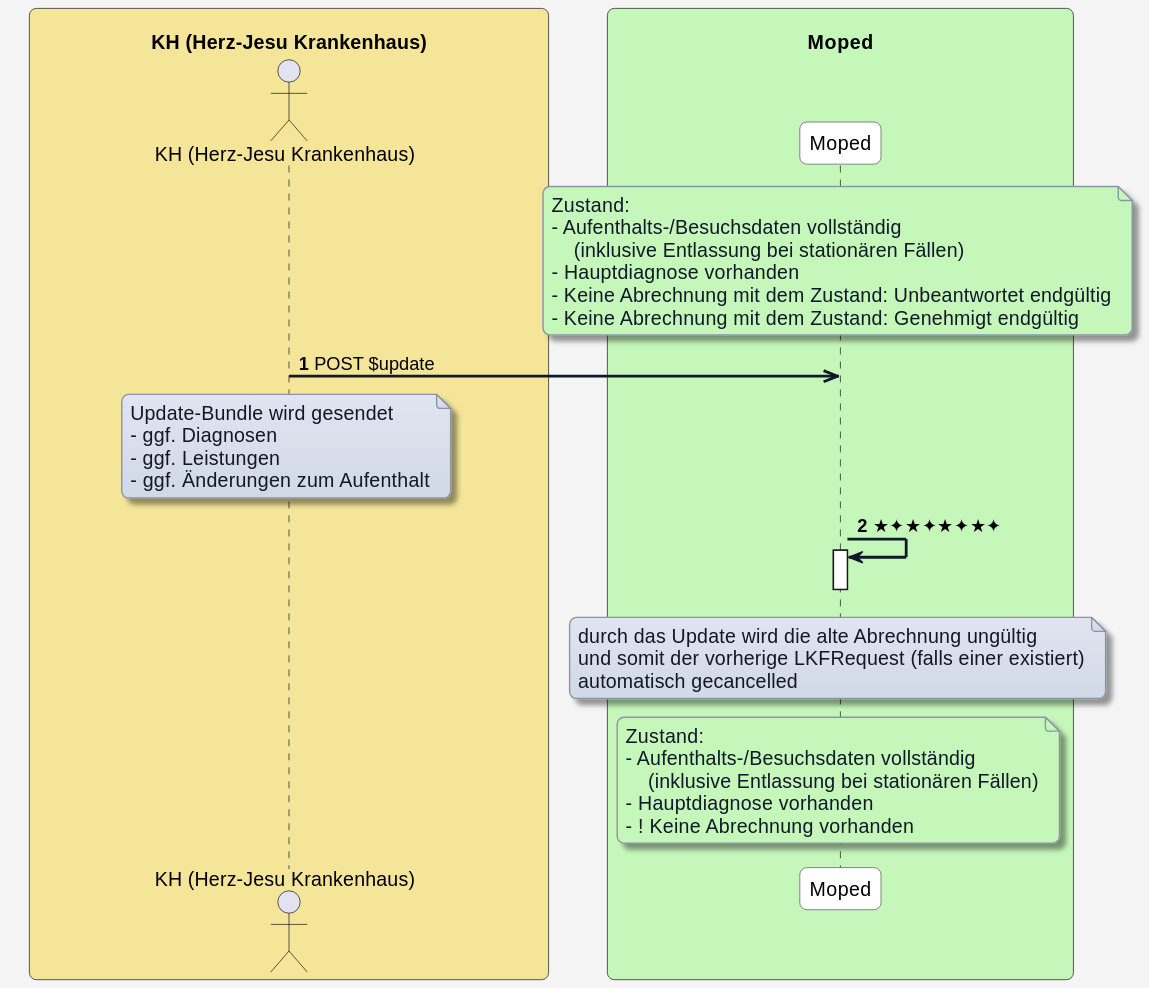
This is input/images/plantuml/moped-fall-abrechnen/update-aenderung-nach-abrechnung.svg from HL7Austria/ELGA-MOPED-R5, a PlantUML export, as it was before one commit. Its diagram source:
```plantuml
@startuml
skinparam borderColor #000000
skinparam backgroundColor #f5f5f5
skinparam shadowing false
skinparam roundCorner 10
skinparam defaultFontName "Arial"
skinparam defaultFontSize 14
skinparam defaultFontColor #000000

skinparam note {
  BackgroundColor #e0e5f0-#d1d9e6
  BorderColor #8b95a5
  BorderThickness 1
  RoundCorner 8
  Padding 6
  FontColor #111827
  Shadowing true
}

skinparam HyperlinkColor #0000EE
skinparam HyperlinkUnderline false

skinparam sequence {
  ParticipantBorderColor #555555
  ParticipantBackgroundColor #ffffff
  ParticipantFontColor #000000
  ParticipantFontSize 14
  ParticipantPadding 20
  ArrowColor #111827
  ArrowThickness 2
  ArrowFontColor #000000
  ArrowFontSize 13
  GroupBorderColor #111827
  GroupBackgroundColor #f3f4f6
  GroupBorderThickness 1
}

skinparam BoxPadding 20
skinparam BoxBorderColor #555555

box "\n                     KH (Herz-Jesu Krankenhaus)                     " #f5e599
  actor KH as "KH (Herz-Jesu Krankenhaus)"
end box

box "\n                                   Moped                                   " #c5f7ba
  participant MP as "Moped"
end box


autonumber

note over MP #c5f7ba
Zustand:
- Aufenthalts-/Besuchsdaten vollständig
    (inklusive Entlassung bei stationären Fällen)
- Hauptdiagnose vorhanden
- Keine Abrechnung mit dem Zustand: Unbeantwortet endgültig
- Keine Abrechnung mit dem Zustand: Genehmigt endgültig
end note

KH ->> MP: POST $update

note over KH
Update-Bundle wird gesendet
- ggf. Diagnosen
- ggf. Leistungen
- ggf. Änderungen zum Aufenthalt
end note

MP -> MP: ★✦★✦★✦★✦
activate MP
deactivate MP

note over MP
durch das Update wird die alte Abrechnung ungültig
und somit der vorherige LKFRequest (falls einer existiert)
automatisch gecancelled
end note

note over MP #c5f7ba
Zustand:
- Aufenthalts-/Besuchsdaten vollständig
    (inklusive Entlassung bei stationären Fällen)
- Hauptdiagnose vorhanden
- ! Keine Abrechnung vorhanden
end note
@enduml
```
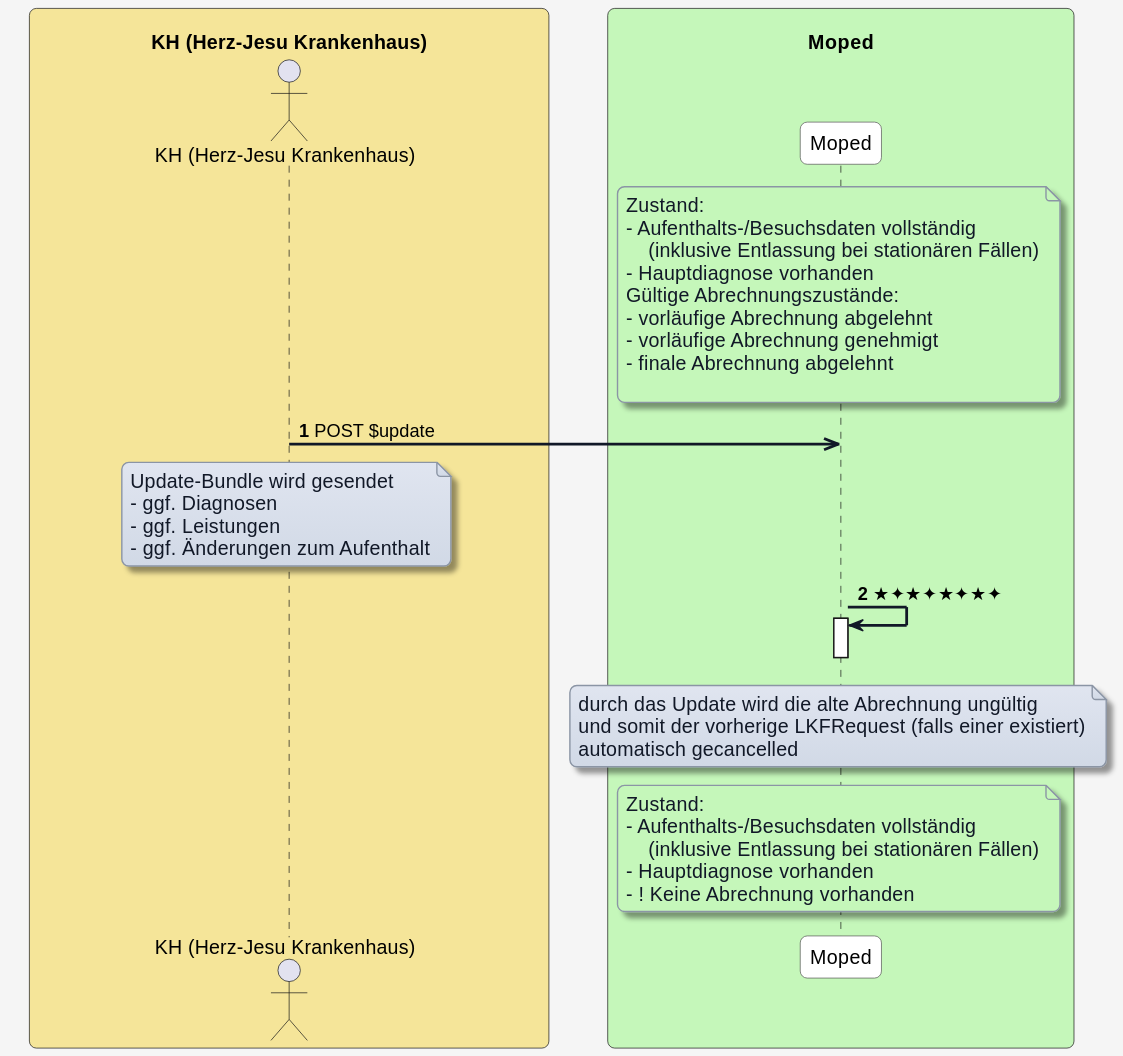
Later version of the same file.

What changed in the source:
```diff
@@ -54,8 +54,11 @@
 - Aufenthalts-/Besuchsdaten vollständig
     (inklusive Entlassung bei stationären Fällen)
 - Hauptdiagnose vorhanden
-- Keine Abrechnung mit dem Zustand: Unbeantwortet endgültig
-- Keine Abrechnung mit dem Zustand: Genehmigt endgültig
+Gültige Abrechnungszustände:
+- vorläufige Abrechnung abgelehnt
+- vorläufige Abrechnung genehmigt
+- finale Abrechnung abgelehnt
+
 end note
 
 KH ->> MP: POST $update
```
